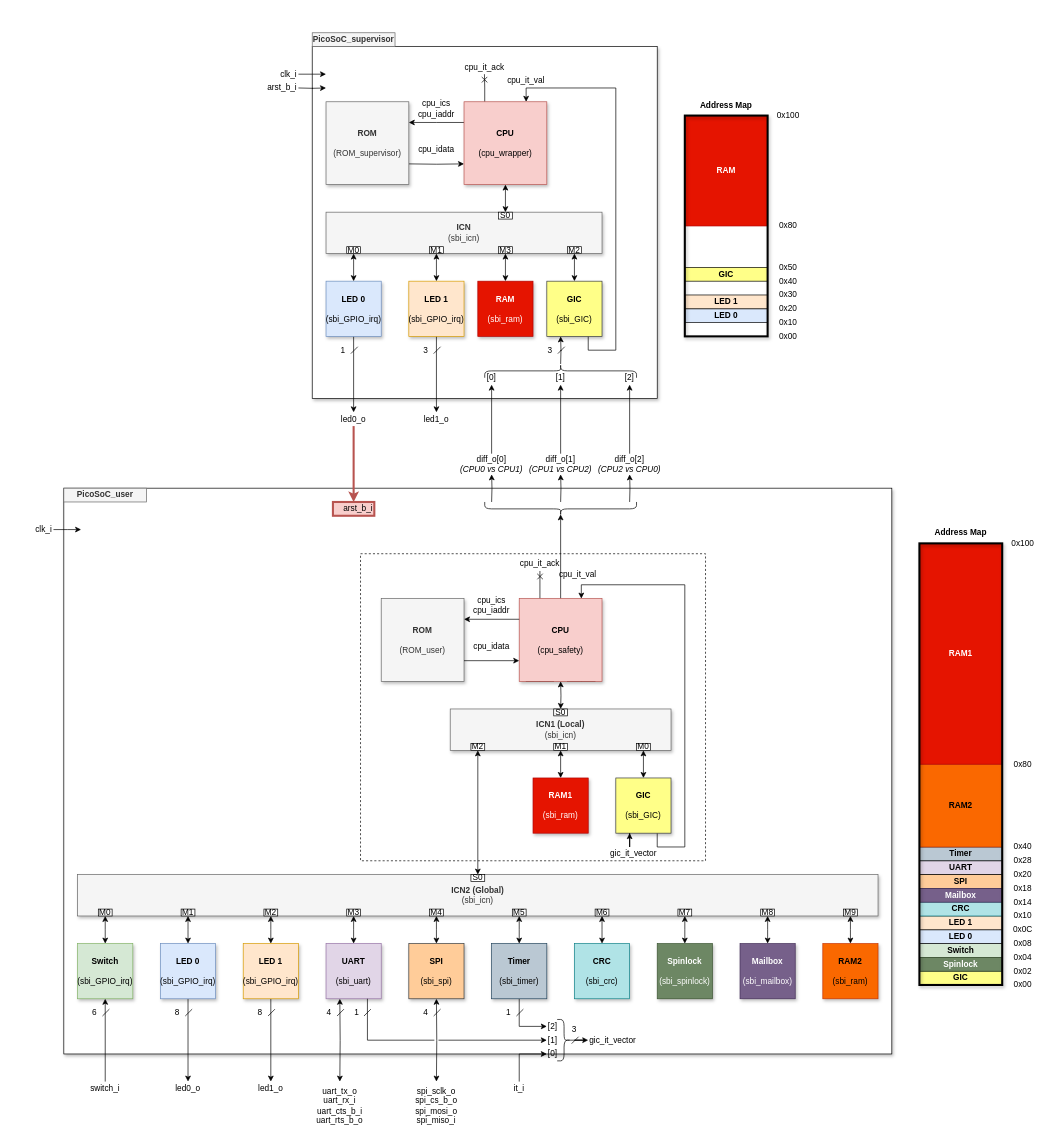
deuskane/asylum-soc-picosoc keeps this draw.io diagram as page "overview" (1 of 3) of doc/assets/picosoc.drawio. Above is the earlier version. Source tidied: cells renumbered, new cells numbered last; positions are measured from the earlier drawing's top-left corner, leaving out a move shared by most shapes. Both pictures are drawn from the tidied source at 69%, with x=0, y=0 at pixel (12, 32).
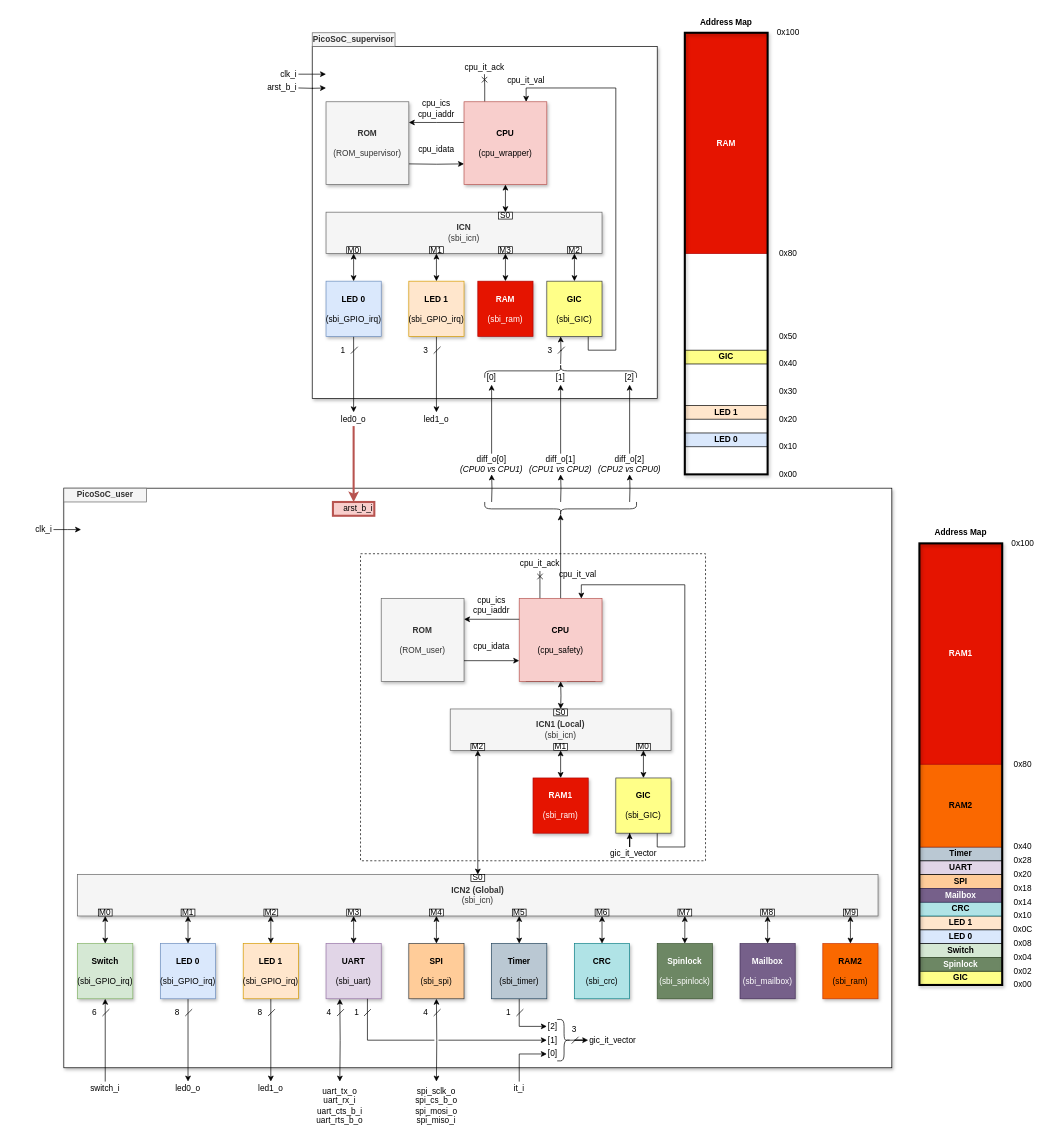
After the change.

What changed in the source:
```diff
@@
     <mxCell id="5" style="rounded=0;whiteSpace=wrap;html=1;shadow=1;" parent="4" vertex="1">
-      <mxGeometry x="75" y="660" width="1200" height="820" as="geometry" />
+      <mxGeometry x="75" y="660" width="1200" height="840" as="geometry" />
     </mxCell>
@@
     <mxCell id="174" value="0x00" style="text;html=1;align=center;verticalAlign=middle;whiteSpace=wrap;rounded=0;" parent="8" vertex="1">
-      <mxGeometry x="1095" y="430" width="60" height="20" as="geometry" />
+      <mxGeometry x="1095" y="630" width="60" height="20" as="geometry" />
     </mxCell>
@@
     <mxCell id="187" value="&lt;b&gt;RAM&lt;/b&gt;" style="rounded=0;whiteSpace=wrap;html=1;fillColor=#e51400;strokeColor=#B20000;shadow=0;fontColor=#ffffff;" parent="175" vertex="1">
-      <mxGeometry x="975" y="120" width="120" height="160" as="geometry" />
+      <mxGeometry x="975" width="120" height="320" as="geometry" />
     </mxCell>
     <mxCell id="188" value="0x80" style="text;html=1;align=center;verticalAlign=middle;whiteSpace=wrap;rounded=0;" parent="175" vertex="1">
-      <mxGeometry x="1095" y="270" width="60" height="20" as="geometry" />
+      <mxGeometry x="1095" y="310" width="60" height="20" as="geometry" />
     </mxCell>
     <mxCell id="189" value="0x100" style="text;html=1;align=center;verticalAlign=middle;whiteSpace=wrap;rounded=0;" parent="175" vertex="1">
-      <mxGeometry x="1095" y="110" width="60" height="20" as="geometry" />
+      <mxGeometry x="1095" y="-10" width="60" height="20" as="geometry" />
     </mxCell>
     <mxCell id="190" value="&lt;b&gt;LED 0&lt;/b&gt;" style="rounded=0;whiteSpace=wrap;html=1;fillColor=#dae8fc;strokeColor=default;shadow=0;" parent="175" vertex="1">
-      <mxGeometry x="975" y="400" width="120" height="20" as="geometry" />
+      <mxGeometry x="975" y="580" width="120" height="20" as="geometry" />
     </mxCell>
     <mxCell id="191" value="&lt;b&gt;LED 1&lt;/b&gt;" style="rounded=0;whiteSpace=wrap;html=1;fillColor=#ffe6cc;strokeColor=default;shadow=0;" parent="175" vertex="1">
-      <mxGeometry x="975" y="380" width="120" height="20" as="geometry" />
+      <mxGeometry x="975" y="540" width="120" height="20" as="geometry" />
     </mxCell>
     <mxCell id="192" value="&lt;b&gt;GIC&lt;/b&gt;" style="rounded=0;whiteSpace=wrap;html=1;fillColor=#ffff88;strokeColor=default;shadow=0;" parent="175" vertex="1">
-      <mxGeometry x="975" y="340" width="120" height="20" as="geometry" />
+      <mxGeometry x="975" y="460" width="120" height="20" as="geometry" />
     </mxCell>
     <mxCell id="193" value="Address Map" style="text;html=1;align=center;verticalAlign=middle;whiteSpace=wrap;rounded=0;fontStyle=1;" parent="175" vertex="1">
-      <mxGeometry x="975" y="90" width="120" height="30" as="geometry" />
+      <mxGeometry x="975" y="-30" width="120" height="30" as="geometry" />
     </mxCell>
     <mxCell id="194" value="0x10" style="text;html=1;align=center;verticalAlign=middle;whiteSpace=wrap;rounded=0;" parent="175" vertex="1">
-      <mxGeometry x="1095" y="410" width="60" height="20" as="geometry" />
+      <mxGeometry x="1095" y="590" width="60" height="20" as="geometry" />
     </mxCell>
     <mxCell id="195" value="0x20" style="text;html=1;align=center;verticalAlign=middle;whiteSpace=wrap;rounded=0;" parent="175" vertex="1">
-      <mxGeometry x="1095" y="390" width="60" height="20" as="geometry" />
+      <mxGeometry x="1095" y="550" width="60" height="20" as="geometry" />
     </mxCell>
     <mxCell id="196" value="0x30" style="text;html=1;align=center;verticalAlign=middle;whiteSpace=wrap;rounded=0;" parent="175" vertex="1">
-      <mxGeometry x="1095" y="370" width="60" height="20" as="geometry" />
+      <mxGeometry x="1095" y="510" width="60" height="20" as="geometry" />
     </mxCell>
     <mxCell id="197" value="0x50" style="text;html=1;align=center;verticalAlign=middle;whiteSpace=wrap;rounded=0;" parent="175" vertex="1">
-      <mxGeometry x="1095" y="330" width="60" height="20" as="geometry" />
+      <mxGeometry x="1095" y="430" width="60" height="20" as="geometry" />
     </mxCell>
     <mxCell id="198" value="0x40" style="text;html=1;align=center;verticalAlign=middle;whiteSpace=wrap;rounded=0;" parent="175" vertex="1">
-      <mxGeometry x="1095" y="350" width="60" height="20" as="geometry" />
+      <mxGeometry x="1095" y="470" width="60" height="20" as="geometry" />
     </mxCell>
@@
+    <mxCell id="205" parent="0" />
-    <mxCell id="203" style="rounded=0;whiteSpace=wrap;html=1;strokeWidth=3;shadow=1;fillColor=none;" parent="175" vertex="1">
+    <mxCell id="203" style="rounded=0;whiteSpace=wrap;html=1;strokeWidth=3;shadow=1;fillColor=none;" parent="205" vertex="1">
       <mxGeometry x="1315" y="740" width="120" height="640" as="geometry" />
     </mxCell>
-    <mxCell id="204" style="rounded=0;whiteSpace=wrap;html=1;strokeWidth=3;shadow=1;fillColor=none;" parent="175" vertex="1">
-      <mxGeometry x="975" y="120" width="120" height="320" as="geometry" />
-    </mxCell>
-    <mxCell id="205" parent="0" />
+    <mxCell id="206" style="rounded=0;whiteSpace=wrap;html=1;strokeWidth=3;shadow=1;fillColor=none;" parent="205" vertex="1">
+      <mxGeometry x="975" width="120" height="640" as="geometry" />
+    </mxCell>
```
